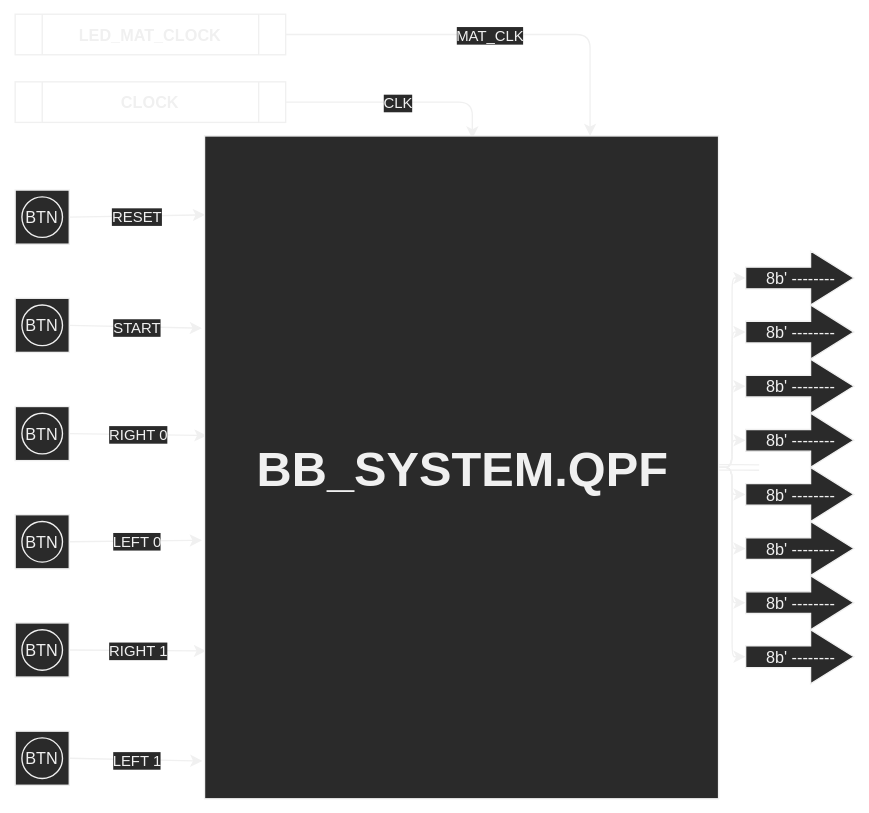
fgutep/fgutep.xyz keeps this draw.io diagram as Temp/SYD/BB_SYSTEM.svg. Above is the earlier version. Source tidied: cells renumbered, new cells last; positions are measured from the earlier drawing's top-left corner, leaving out a move shared by most shapes.
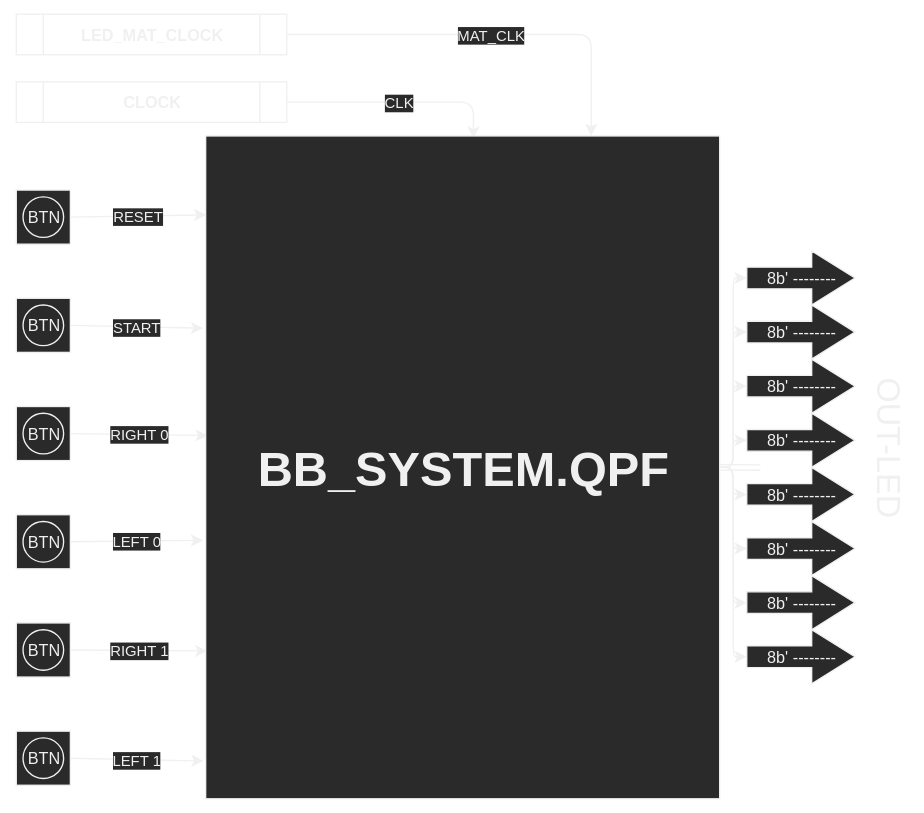
Above is the later version.

Diff of the diagram source:
```diff
@@ -145,5 +145,8 @@
     <mxCell id="48" value="8b' --------" style="shape=singleArrow;whiteSpace=wrap;html=1;arrowWidth=0.4;arrowSize=0.4;rounded=0;" parent="40" vertex="1">
       <mxGeometry y="280" width="80" height="40" as="geometry" />
     </mxCell>
+    <mxCell id="49" value="&lt;font style=&quot;font-size: 24px&quot;&gt;OUT-LED&lt;/font&gt;" style="text;html=1;strokeColor=none;fillColor=none;align=center;verticalAlign=middle;whiteSpace=wrap;rounded=0;rotation=90;" parent="1" vertex="1">
+      <mxGeometry x="580" y="310" width="130" height="20" as="geometry" />
+    </mxCell>
   </root>
 </mxGraphModel>
```
